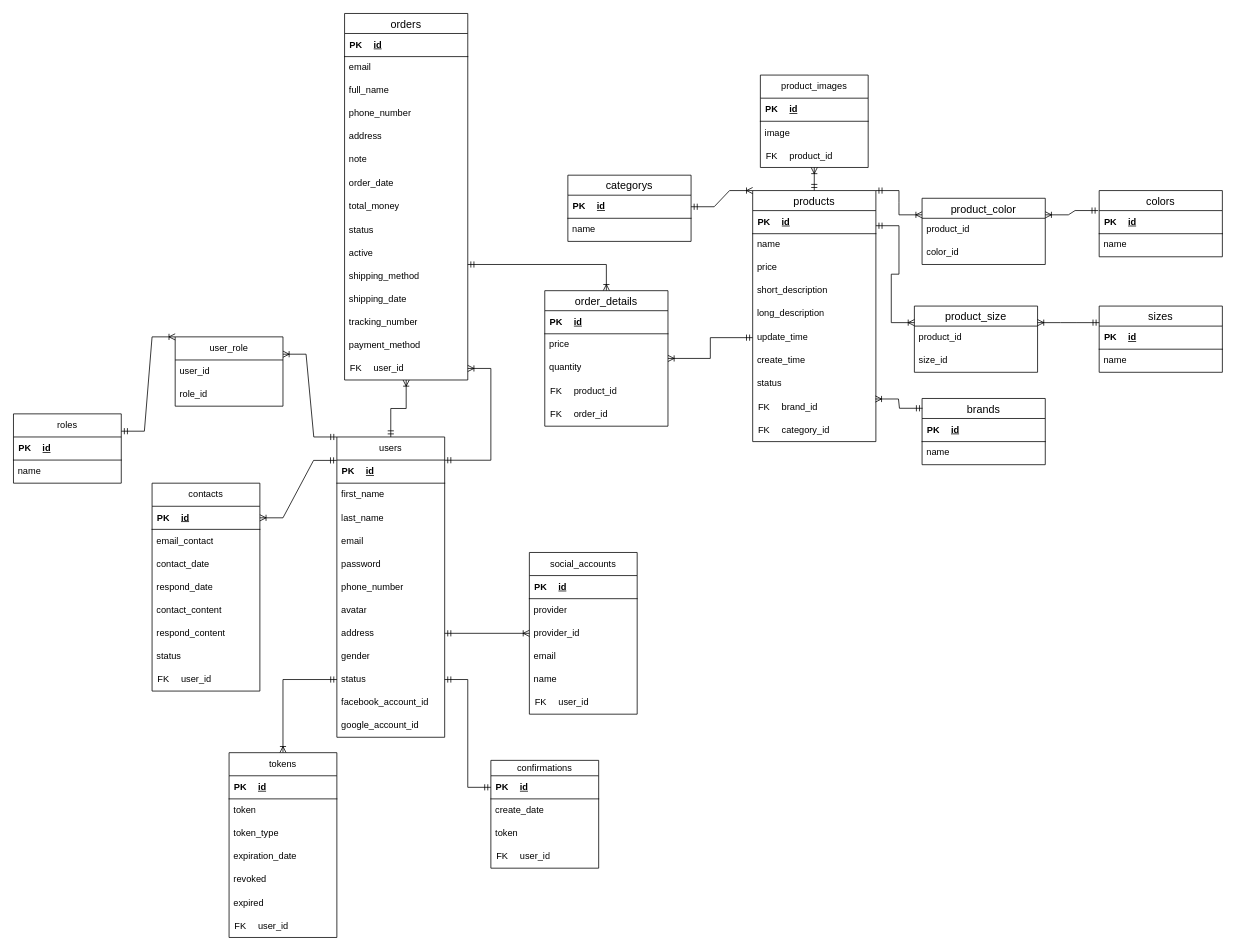
Above: shop-online/Biểu đồ không có tiêu đề.drawio in Dangnhhe161726/shop-online (draw.io), before the change. Source tidied: cells renumbered, new cells numbered last; positions are measured from the earlier drawing's top-left corner, leaving out a move shared by most shapes. Both pictures are drawn from the tidied source at 77%, with x=0, y=0 at pixel (13, -183).
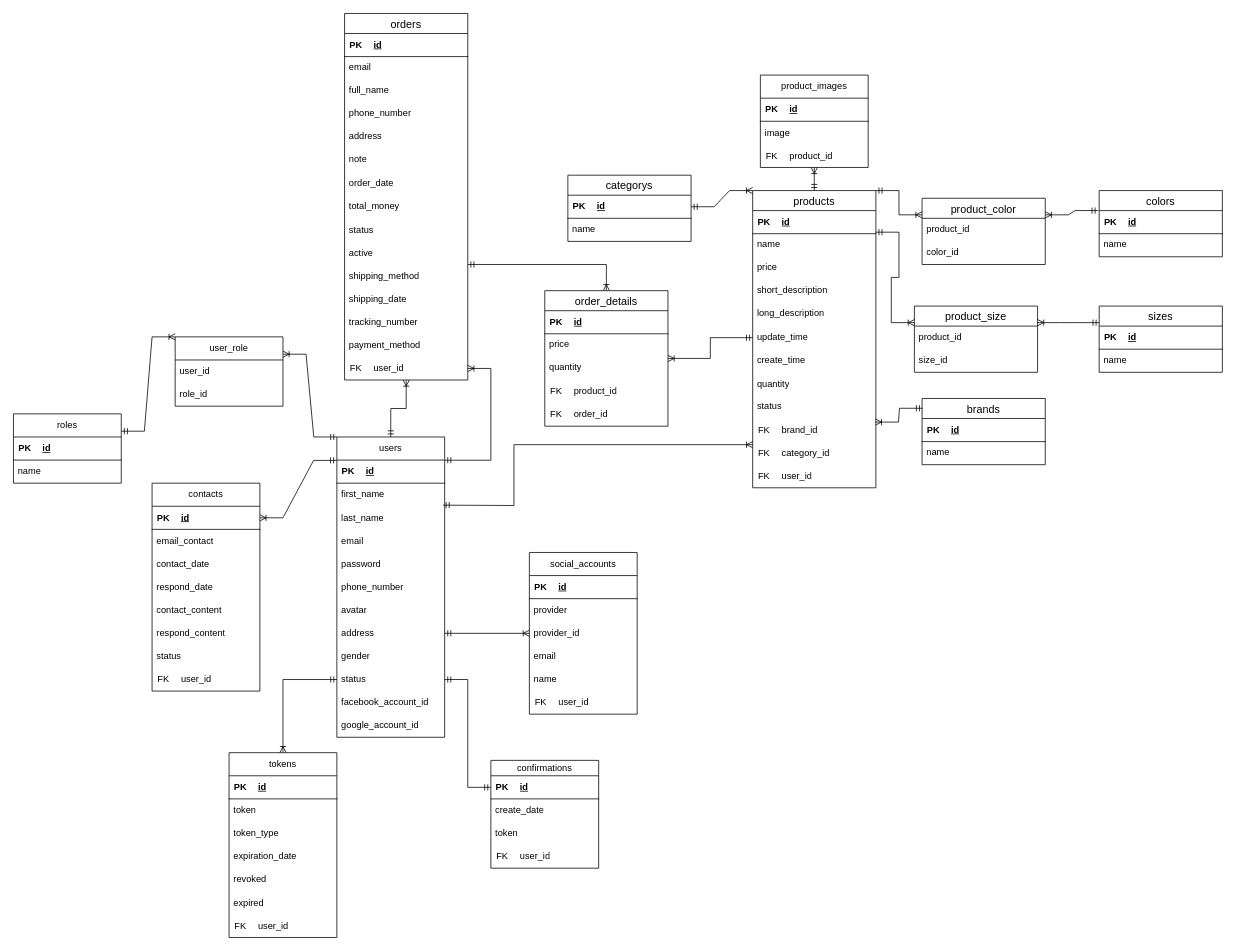
After the change.

Commit message:
Connect table user to product

The change refers to these unchanged cells:
```xml
<mxCell id="8" value="last_name" style="text;strokeColor=none;fillColor=none;align=left;verticalAlign=middle;spacingLeft=4;spacingRight=4;overflow=hidden;points=[[0,0.5],[1,0.5]];portConstraint=eastwest;whiteSpace=wrap;html=1;" parent="2" vertex="1">
  <mxGeometry y="90" width="140" height="30" as="geometry" />
</mxCell>
```

Diff of the diagram source:
```diff
@@
     <mxCell id="45" value="products" style="swimlane;fontStyle=0;horizontal=1;startSize=26;align=center;fontSize=14;" parent="1" vertex="1">
-      <mxGeometry x="960" y="485" width="160" height="326" as="geometry" />
+      <mxGeometry x="960" y="485" width="160" height="386" as="geometry" />
     </mxCell>
@@
+    <mxCell id="193" value="quantity" style="text;strokeColor=none;fillColor=none;align=left;verticalAlign=middle;spacingLeft=4;spacingRight=4;overflow=hidden;whiteSpace=wrap;html=1;" parent="45" vertex="1">
+      <mxGeometry y="236" width="160" height="30" as="geometry" />
+    </mxCell>
     <mxCell id="56" value="status" style="text;strokeColor=none;fillColor=none;spacingLeft=4;spacingRight=4;overflow=hidden;fontSize=12;whiteSpace=wrap;html=1;" parent="45" vertex="1">
-      <mxGeometry y="236" width="160" height="30" as="geometry" />
+      <mxGeometry y="266" width="160" height="30" as="geometry" />
     </mxCell>
     <mxCell id="57" style="shape=table;startSize=0;childLayout=tableLayout;rowLines=0;fontStyle=0;align=center;strokeColor=none;fillColor=none;" parent="45" vertex="1">
-      <mxGeometry y="266" width="160" height="60" as="geometry" />
+      <mxGeometry y="296" width="160" height="90" as="geometry" />
     </mxCell>
@@
+    <mxCell id="194" style="shape=tableRow;horizontal=0;startSize=0;swimlaneHead=0;swimlaneBody=0;fillColor=none;top=0;left=0;right=0;bottom=0;" parent="57" vertex="1">
+      <mxGeometry y="60" width="160" height="30" as="geometry" />
+    </mxCell>
+    <mxCell id="195" value="FK" style="shape=partialRectangle;fillColor=none;top=0;left=0;bottom=0;right=0;fontStyle=0;overflow=hidden;whiteSpace=wrap;html=1;" parent="194" vertex="1">
+      <mxGeometry width="30" height="30" as="geometry" />
+    </mxCell>
+    <mxCell id="196" value="user_id" style="shape=partialRectangle;fillColor=none;top=0;left=0;bottom=0;right=0;align=left;spacingLeft=6;fontStyle=0;overflow=hidden;whiteSpace=wrap;html=1;" parent="194" vertex="1">
+      <mxGeometry x="30" width="130" height="30" as="geometry" />
+    </mxCell>
@@
+    <mxCell id="197" style="endArrow=ERoneToMany;html=1;rounded=0;exitX=0.985;exitY=-0.049;exitDx=0;exitDy=0;exitPerimeter=0;startArrow=ERmandOne;startFill=0;endFill=0;" parent="1" edge="1" source="8">
+      <mxGeometry relative="1" as="geometry">
+        <mxPoint x="960" y="815" as="targetPoint" />
+        <Array as="points">
+          <mxPoint x="650" y="894" />
+          <mxPoint x="650" y="815" />
+        </Array>
+      </mxGeometry>
+    </mxCell>
```
